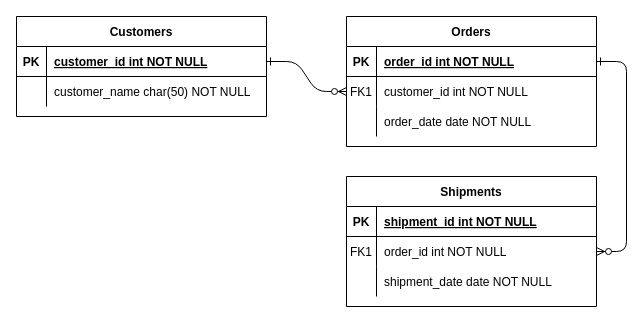
Earlier version of the draw.io diagram Untitled Diagram.drawio (daus7768/desktop-tutorial). Source tidied: cells renumbered, new cells numbered last; positions are measured from the earlier drawing's top-left corner, leaving out a move shared by most shapes. Both pictures are drawn from the tidied source at 100%, with x=0, y=0 at pixel (16, 16).
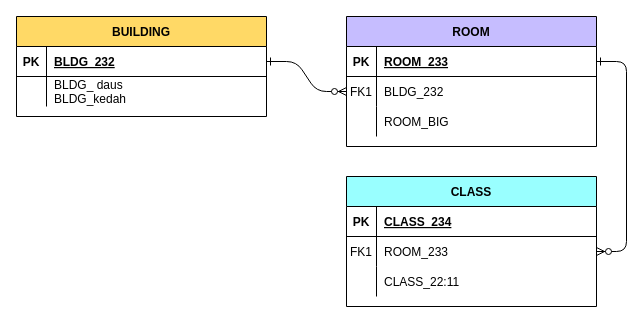
After the change.

Commit message:
ASSIGMENT_DRAWIOA

Unchanged cells that the change refers to:
```xml
<mxCell id="5" style="shape=partialRectangle;fillColor=none;points=[[0,0.5],[1,0.5]];portConstraint=eastwest;top=0;left=0;right=0;bottom=1;" parent="4" vertex="1">
  <mxGeometry y="30" width="250" height="30" as="geometry" />
</mxCell>
<mxCell id="8" style="shape=partialRectangle;fillColor=none;points=[[0,0.5],[1,0.5]];portConstraint=eastwest;top=0;left=0;right=0;bottom=0;" parent="4" vertex="1">
  <mxGeometry y="60" width="250" height="30" as="geometry" />
</mxCell>
<mxCell id="11" style="shape=partialRectangle;fillColor=none;top=0;left=0;right=0;bottom=0;" parent="4" vertex="1">
  <mxGeometry y="90" width="250" height="30" as="geometry" />
</mxCell>
<mxCell id="15" style="shape=partialRectangle;fillColor=none;top=0;left=0;right=0;bottom=1;" parent="14" vertex="1">
  <mxGeometry y="30" width="250" height="30" as="geometry" />
</mxCell>
<mxCell id="18" style="shape=partialRectangle;fillColor=none;points=[[0,0.5],[1,0.5]];portConstraint=eastwest;top=0;left=0;right=0;bottom=0;" parent="14" vertex="1">
  <mxGeometry y="60" width="250" height="30" as="geometry" />
</mxCell>
<mxCell id="21" style="shape=partialRectangle;fillColor=none;top=0;left=0;right=0;bottom=0;" parent="14" vertex="1">
  <mxGeometry y="90" width="250" height="30" as="geometry" />
</mxCell>
<mxCell id="25" style="shape=partialRectangle;fillColor=none;points=[[0,0.5],[1,0.5]];portConstraint=eastwest;top=0;left=0;right=0;bottom=1;" parent="24" vertex="1">
  <mxGeometry y="30" width="250" height="30" as="geometry" />
</mxCell>
<mxCell id="28" style="shape=partialRectangle;fillColor=none;top=0;left=0;right=0;bottom=0;" parent="24" vertex="1">
  <mxGeometry y="60" width="250" height="30" as="geometry" />
</mxCell>
```

Diff of the diagram source:
```diff
@@
-    <mxCell id="4" value="Orders" style="shape=table;startSize=30;childLayout=tableLayout;rowLines=0;fontStyle=1;align=center;" parent="1" vertex="1">
+    <mxCell id="4" value="ROOM" style="shape=table;startSize=30;childLayout=tableLayout;rowLines=0;fontStyle=1;align=center;fillColor=#C6BDFF;" parent="1" vertex="1">
       <mxGeometry x="330" width="250" height="130" as="geometry" />
     </mxCell>
@@
-    <mxCell id="7" value="order_id int NOT NULL " style="shape=partialRectangle;overflow=hidden;fillColor=none;top=0;left=0;bottom=0;right=0;align=left;spacingLeft=6;fontStyle=5;" parent="5" vertex="1">
+    <mxCell id="7" value="ROOM_233" style="shape=partialRectangle;overflow=hidden;fillColor=none;top=0;left=0;bottom=0;right=0;align=left;spacingLeft=6;fontStyle=5;" parent="5" vertex="1">
       <mxGeometry x="30" width="220" height="30" as="geometry" />
     </mxCell>
@@
-    <mxCell id="10" value="customer_id int NOT NULL" style="shape=partialRectangle;overflow=hidden;fillColor=none;top=0;left=0;bottom=0;right=0;align=left;spacingLeft=6;" parent="8" vertex="1">
+    <mxCell id="10" value="BLDG_232" style="shape=partialRectangle;overflow=hidden;fillColor=none;top=0;left=0;bottom=0;right=0;align=left;spacingLeft=6;" parent="8" vertex="1">
       <mxGeometry x="30" width="220" height="30" as="geometry" />
     </mxCell>
@@
-    <mxCell id="13" value="order_date date NOT NULL" style="shape=partialRectangle;overflow=hidden;fillColor=none;top=0;left=0;bottom=0;right=0;align=left;spacingLeft=6;" parent="11" vertex="1">
+    <mxCell id="13" value="ROOM_BIG" style="shape=partialRectangle;overflow=hidden;fillColor=none;top=0;left=0;bottom=0;right=0;align=left;spacingLeft=6;" parent="11" vertex="1">
       <mxGeometry x="30" width="220" height="30" as="geometry" />
     </mxCell>
-    <mxCell id="14" value="Shipments" style="shape=table;startSize=30;childLayout=tableLayout;rowLines=0;fontStyle=1;align=center;" parent="1" vertex="1">
+    <mxCell id="14" value="CLASS" style="shape=table;startSize=30;childLayout=tableLayout;rowLines=0;fontStyle=1;align=center;fillColor=#99FFFF;" parent="1" vertex="1">
       <mxGeometry x="330" y="160" width="250" height="130" as="geometry" />
     </mxCell>
@@
-    <mxCell id="17" value="shipment_id int NOT NULL " style="shape=partialRectangle;overflow=hidden;fillColor=none;top=0;left=0;bottom=0;right=0;align=left;spacingLeft=6;fontStyle=5;" parent="15" vertex="1">
+    <mxCell id="17" value="CLASS_234" style="shape=partialRectangle;overflow=hidden;fillColor=none;top=0;left=0;bottom=0;right=0;align=left;spacingLeft=6;fontStyle=5;" parent="15" vertex="1">
       <mxGeometry x="30" width="220" height="30" as="geometry" />
     </mxCell>
@@
-    <mxCell id="20" value="order_id int NOT NULL" style="shape=partialRectangle;overflow=hidden;fillColor=none;top=0;left=0;bottom=0;right=0;align=left;spacingLeft=6;" parent="18" vertex="1">
+    <mxCell id="20" value="ROOM_233" style="shape=partialRectangle;overflow=hidden;fillColor=none;top=0;left=0;bottom=0;right=0;align=left;spacingLeft=6;" parent="18" vertex="1">
       <mxGeometry x="30" width="220" height="30" as="geometry" />
     </mxCell>
@@
-    <mxCell id="23" value="shipment_date date NOT NULL" style="shape=partialRectangle;overflow=hidden;fillColor=none;top=0;left=0;bottom=0;right=0;align=left;spacingLeft=6;" parent="21" vertex="1">
+    <mxCell id="23" value="CLASS_22:11" style="shape=partialRectangle;overflow=hidden;fillColor=none;top=0;left=0;bottom=0;right=0;align=left;spacingLeft=6;" parent="21" vertex="1">
       <mxGeometry x="30" width="220" height="30" as="geometry" />
     </mxCell>
-    <mxCell id="24" value="Customers" style="shape=table;startSize=30;childLayout=tableLayout;rowLines=0;fontStyle=1;align=center;" parent="1" vertex="1">
+    <mxCell id="24" value="BUILDING" style="shape=table;startSize=30;childLayout=tableLayout;rowLines=0;fontStyle=1;align=center;fillColor=#FFD966;" parent="1" vertex="1">
       <mxGeometry width="250" height="100" as="geometry" />
     </mxCell>
@@
-    <mxCell id="27" value="customer_id int NOT NULL " style="shape=partialRectangle;overflow=hidden;fillColor=none;top=0;left=0;bottom=0;right=0;align=left;spacingLeft=6;fontStyle=5;" parent="25" vertex="1">
+    <mxCell id="27" value="BLDG_232" style="shape=partialRectangle;overflow=hidden;fillColor=none;top=0;left=0;bottom=0;right=0;align=left;spacingLeft=6;fontStyle=5;" parent="25" vertex="1">
       <mxGeometry x="30" width="220" height="30" as="geometry" />
     </mxCell>
@@
-    <mxCell id="30" value="customer_name char(50) NOT NULL" style="shape=partialRectangle;overflow=hidden;fillColor=none;top=0;left=0;bottom=0;right=0;align=left;spacingLeft=6;" parent="28" vertex="1">
+    <mxCell id="30" value="BLDG_ daus&#10;BLDG_kedah" style="shape=partialRectangle;overflow=hidden;fillColor=none;top=0;left=0;bottom=0;right=0;align=left;spacingLeft=6;" parent="28" vertex="1">
       <mxGeometry x="30" width="220" height="30" as="geometry" />
     </mxCell>
```
